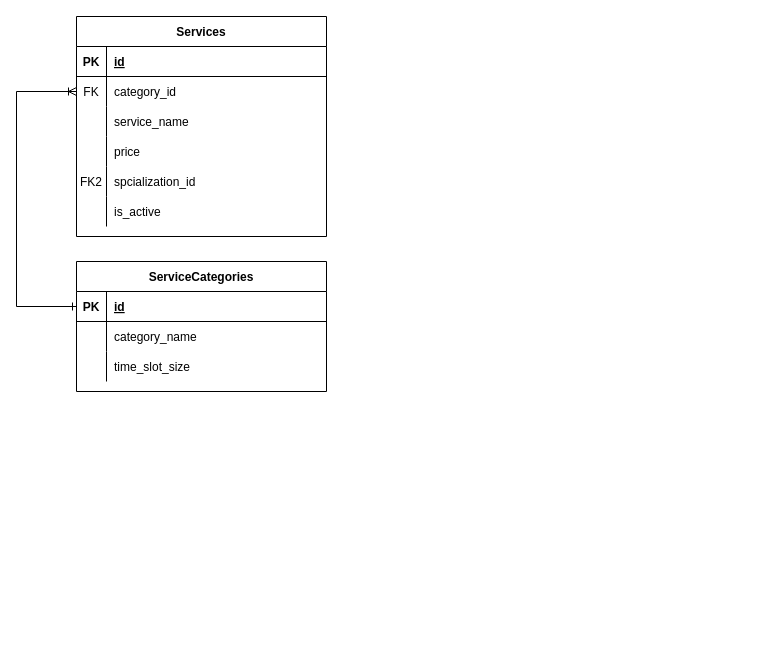
This is page "services" (1 of 5) of entity-relationships.drawio from Glipchik/InnoClinic, a draw.io file, before an edit. Source tidied: cells renumbered, new cells numbered last; positions are measured from the earlier drawing's top-left corner, leaving out a move shared by most shapes. Both pictures are drawn from the tidied source at 100%, with x=0, y=0 at pixel (16, 16).
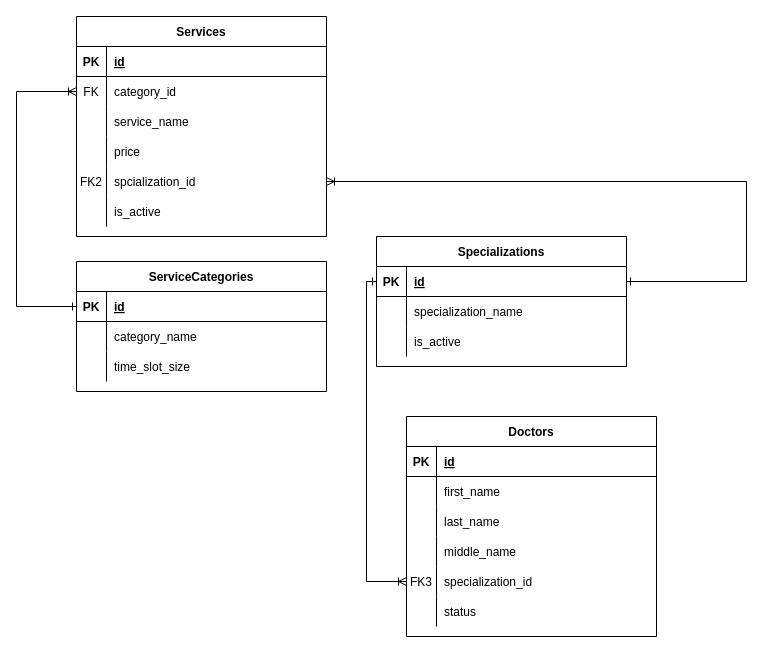
After the change.

Commit message (it also covers changes not shown here):
[NIS-13912] implemented entities, fixed drawio scheme

The change refers to these unchanged cells:
```xml
<mxCell id="15" style="shape=tableRow;horizontal=0;startSize=0;swimlaneHead=0;swimlaneBody=0;fillColor=none;points=[[0,0.5],[1,0.5]];portConstraint=eastwest;top=0;left=0;right=0;bottom=0;" parent="2" vertex="1">
  <mxGeometry y="150" width="250" height="30" as="geometry" />
</mxCell>
```

The edit, as a diff of the source:
```diff
@@
+    <mxCell id="32" value="Specializations" style="shape=table;startSize=30;childLayout=tableLayout;rowLines=0;fontStyle=1;align=center;" parent="1" vertex="1">
+      <mxGeometry x="360" y="220" width="250" height="130" as="geometry" />
+    </mxCell>
+    <mxCell id="33" style="shape=partialRectangle;fillColor=none;points=[[0,0.5],[1,0.5]];portConstraint=eastwest;top=0;left=0;right=0;bottom=1;" parent="32" vertex="1">
+      <mxGeometry y="30" width="250" height="30" as="geometry" />
+    </mxCell>
+    <mxCell id="34" value="PK" style="shape=partialRectangle;overflow=hidden;fillColor=none;top=0;left=0;bottom=0;right=0;fontStyle=1;" parent="33" vertex="1">
+      <mxGeometry width="30" height="30" as="geometry" />
+    </mxCell>
+    <mxCell id="35" value="id" style="shape=partialRectangle;overflow=hidden;fillColor=none;top=0;left=0;bottom=0;right=0;align=left;spacingLeft=6;fontStyle=5;" parent="33" vertex="1">
+      <mxGeometry x="30" width="220" height="30" as="geometry" />
+    </mxCell>
+    <mxCell id="36" style="shape=tableRow;horizontal=0;startSize=0;swimlaneHead=0;swimlaneBody=0;fillColor=none;top=0;left=0;right=0;bottom=0;" parent="32" vertex="1">
+      <mxGeometry y="60" width="250" height="30" as="geometry" />
+    </mxCell>
+    <mxCell id="37" style="shape=partialRectangle;fillColor=none;top=0;left=0;bottom=0;right=0;overflow=hidden;" parent="36" vertex="1">
+      <mxGeometry width="30" height="30" as="geometry" />
+    </mxCell>
+    <mxCell id="38" value="specialization_name" style="shape=partialRectangle;fillColor=none;top=0;left=0;bottom=0;right=0;align=left;spacingLeft=6;overflow=hidden;" parent="36" vertex="1">
+      <mxGeometry x="30" width="220" height="30" as="geometry" />
+    </mxCell>
+    <mxCell id="39" style="shape=tableRow;horizontal=0;startSize=0;swimlaneHead=0;swimlaneBody=0;fillColor=none;top=0;left=0;right=0;bottom=0;" parent="32" vertex="1">
+      <mxGeometry y="90" width="250" height="30" as="geometry" />
+    </mxCell>
+    <mxCell id="40" style="shape=partialRectangle;fillColor=none;top=0;left=0;bottom=0;right=0;overflow=hidden;" parent="39" vertex="1">
+      <mxGeometry width="30" height="30" as="geometry" />
+    </mxCell>
+    <mxCell id="41" value="is_active" style="shape=partialRectangle;fillColor=none;top=0;left=0;bottom=0;right=0;align=left;spacingLeft=6;overflow=hidden;" parent="39" vertex="1">
+      <mxGeometry x="30" width="220" height="30" as="geometry" />
+    </mxCell>
+    <mxCell id="42" style="fontSize=12;html=1;endArrow=ERoneToMany;startArrow=ERone;rounded=0;exitX=1;exitY=0.5;exitDx=0;exitDy=0;startFill=0;edgeStyle=orthogonalEdgeStyle;entryX=1;entryY=0.5;entryDx=0;entryDy=0;" parent="1" edge="1" source="33" target="15">
+      <mxGeometry relative="1" as="geometry">
+        <Array as="points">
+          <mxPoint x="730" y="265" />
+          <mxPoint x="730" y="165" />
+        </Array>
+      </mxGeometry>
+    </mxCell>
+    <mxCell id="43" value="Doctors" style="shape=table;startSize=30;childLayout=tableLayout;rowLines=0;fontStyle=1;align=center;" parent="1" vertex="1">
+      <mxGeometry x="390" y="400" width="250" height="220" as="geometry" />
+    </mxCell>
+    <mxCell id="44" style="shape=partialRectangle;fillColor=none;top=0;left=0;right=0;bottom=1;" parent="43" vertex="1">
+      <mxGeometry y="30" width="250" height="30" as="geometry" />
+    </mxCell>
+    <mxCell id="45" value="PK" style="shape=partialRectangle;overflow=hidden;fillColor=none;top=0;left=0;bottom=0;right=0;fontStyle=1;" parent="44" vertex="1">
+      <mxGeometry width="30" height="30" as="geometry" />
+    </mxCell>
+    <mxCell id="46" value="id" style="shape=partialRectangle;overflow=hidden;fillColor=none;top=0;left=0;bottom=0;right=0;align=left;spacingLeft=6;fontStyle=5;" parent="44" vertex="1">
+      <mxGeometry x="30" width="220" height="30" as="geometry" />
+    </mxCell>
+    <mxCell id="47" style="shape=partialRectangle;fillColor=none;top=0;left=0;right=0;bottom=0;" parent="43" vertex="1">
+      <mxGeometry y="60" width="250" height="30" as="geometry" />
+    </mxCell>
+    <mxCell id="48" style="shape=partialRectangle;overflow=hidden;fillColor=none;top=0;left=0;bottom=0;right=0;" parent="47" vertex="1">
+      <mxGeometry width="30" height="30" as="geometry" />
+    </mxCell>
+    <mxCell id="49" value="first_name" style="shape=partialRectangle;overflow=hidden;fillColor=none;top=0;left=0;bottom=0;right=0;align=left;spacingLeft=6;" parent="47" vertex="1">
+      <mxGeometry x="30" width="220" height="30" as="geometry" />
+    </mxCell>
+    <mxCell id="50" style="shape=tableRow;horizontal=0;startSize=0;swimlaneHead=0;swimlaneBody=0;fillColor=none;top=0;left=0;right=0;bottom=0;" parent="43" vertex="1">
+      <mxGeometry y="90" width="250" height="30" as="geometry" />
+    </mxCell>
+    <mxCell id="51" style="shape=partialRectangle;fillColor=none;top=0;left=0;bottom=0;right=0;overflow=hidden;" parent="50" vertex="1">
+      <mxGeometry width="30" height="30" as="geometry" />
+    </mxCell>
+    <mxCell id="52" value="last_name" style="shape=partialRectangle;fillColor=none;top=0;left=0;bottom=0;right=0;align=left;spacingLeft=6;overflow=hidden;" parent="50" vertex="1">
+      <mxGeometry x="30" width="220" height="30" as="geometry" />
+    </mxCell>
+    <mxCell id="53" style="shape=tableRow;horizontal=0;startSize=0;swimlaneHead=0;swimlaneBody=0;fillColor=none;top=0;left=0;right=0;bottom=0;" parent="43" vertex="1">
+      <mxGeometry y="120" width="250" height="30" as="geometry" />
+    </mxCell>
+    <mxCell id="54" style="shape=partialRectangle;fillColor=none;top=0;left=0;bottom=0;right=0;overflow=hidden;" parent="53" vertex="1">
+      <mxGeometry width="30" height="30" as="geometry" />
+    </mxCell>
+    <mxCell id="55" value="middle_name" style="shape=partialRectangle;fillColor=none;top=0;left=0;bottom=0;right=0;align=left;spacingLeft=6;overflow=hidden;" parent="53" vertex="1">
+      <mxGeometry x="30" width="220" height="30" as="geometry" />
+    </mxCell>
+    <mxCell id="56" style="shape=tableRow;horizontal=0;startSize=0;swimlaneHead=0;swimlaneBody=0;fillColor=none;points=[[0,0.5],[1,0.5]];portConstraint=eastwest;top=0;left=0;right=0;bottom=0;" parent="43" vertex="1">
+      <mxGeometry y="150" width="250" height="30" as="geometry" />
+    </mxCell>
+    <mxCell id="57" value="FK3" style="shape=partialRectangle;fillColor=none;top=0;left=0;bottom=0;right=0;overflow=hidden;" parent="56" vertex="1">
+      <mxGeometry width="30" height="30" as="geometry" />
+    </mxCell>
+    <mxCell id="58" value="specialization_id" style="shape=partialRectangle;fillColor=none;top=0;left=0;bottom=0;right=0;align=left;spacingLeft=6;overflow=hidden;" parent="56" vertex="1">
+      <mxGeometry x="30" width="220" height="30" as="geometry" />
+    </mxCell>
+    <mxCell id="59" style="shape=tableRow;horizontal=0;startSize=0;swimlaneHead=0;swimlaneBody=0;fillColor=none;top=0;left=0;right=0;bottom=0;" parent="43" vertex="1">
+      <mxGeometry y="180" width="250" height="30" as="geometry" />
+    </mxCell>
+    <mxCell id="60" style="shape=partialRectangle;fillColor=none;top=0;left=0;bottom=0;right=0;overflow=hidden;" parent="59" vertex="1">
+      <mxGeometry width="30" height="30" as="geometry" />
+    </mxCell>
+    <mxCell id="61" value="status" style="shape=partialRectangle;fillColor=none;top=0;left=0;bottom=0;right=0;align=left;spacingLeft=6;overflow=hidden;" parent="59" vertex="1">
+      <mxGeometry x="30" width="220" height="30" as="geometry" />
+    </mxCell>
+    <mxCell id="62" style="edgeStyle=orthogonalEdgeStyle;fontSize=12;html=1;endArrow=ERoneToMany;startArrow=ERone;rounded=0;startFill=0;entryX=0;entryY=0.5;entryDx=0;entryDy=0;exitX=0;exitY=0.5;exitDx=0;exitDy=0;" parent="1" edge="1" source="33" target="56">
+      <mxGeometry relative="1" as="geometry" />
+    </mxCell>
```
